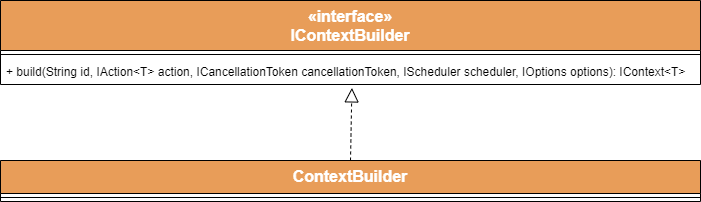
Before: docs/Builder.png, a diagram exported from draw.io (BrunoMNDantas/TPL4J). Source tidied: cells renumbered, new cells last; positions are measured from the earlier drawing's top-left corner, leaving out a move shared by most shapes.
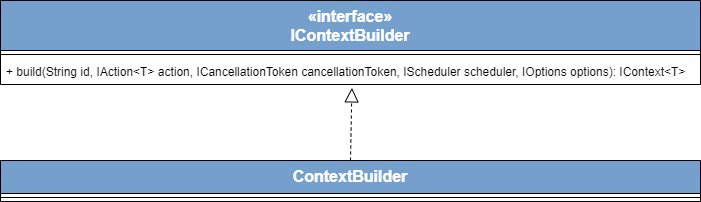
Above is the later version.

The edit, as a diff of the source:
```diff
@@ -5,7 +5,7 @@
     <mxCell id="2" style="endArrow=block;dashed=1;endFill=0;endSize=12;html=1;fontSize=16;fontColor=none;exitX=0.5;exitY=0;exitDx=0;exitDy=0;labelBackgroundColor=none;entryX=0.502;entryY=1.131;entryDx=0;entryDy=0;entryPerimeter=0;noLabel=1;" parent="1" edge="1" source="6" target="5">
       <mxGeometry relative="1" as="geometry" />
     </mxCell>
-    <mxCell id="3" value="«interface»&#10;IContextBuilder" style="swimlane;fontStyle=1;align=center;verticalAlign=top;horizontal=1;startSize=50;fillColor=#e89d59;gradientColor=none;fontSize=16;fontColor=#FFFFFF;" parent="1" vertex="1">
+    <mxCell id="3" value="«interface»&#10;IContextBuilder" style="swimlane;fontStyle=1;align=center;verticalAlign=top;horizontal=1;startSize=50;fillColor=#75A0CD;gradientColor=none;fontSize=16;fontColor=#FFFFFF;" parent="1" vertex="1">
       <mxGeometry width="700" height="84" as="geometry" />
     </mxCell>
     <mxCell id="4" style="line;strokeWidth=1;fillColor=none;align=left;verticalAlign=middle;spacingTop=-1;spacingLeft=3;spacingRight=3;labelPosition=right;" parent="3" vertex="1">
@@ -14,7 +14,7 @@
     <mxCell id="5" value="+ build(String id, IAction&lt;T&gt; action, ICancellationToken cancellationToken, IScheduler scheduler, IOptions options): IContext&lt;T&gt;" style="text;strokeColor=none;fillColor=none;align=left;verticalAlign=top;spacingLeft=4;spacingRight=4;overflow=hidden;points=[[0,0.5],[1,0.5]];portConstraint=eastwest;" parent="3" vertex="1">
       <mxGeometry y="58" width="700" height="26" as="geometry" />
     </mxCell>
-    <mxCell id="6" value="ContextBuilder" style="swimlane;fontStyle=1;align=center;verticalAlign=top;horizontal=1;startSize=33;fillColor=#e89d59;gradientColor=none;fontSize=16;fontColor=#FFFFFF;" parent="1" vertex="1">
+    <mxCell id="6" value="ContextBuilder" style="swimlane;fontStyle=1;align=center;verticalAlign=top;horizontal=1;startSize=33;fillColor=#75A0CD;gradientColor=none;fontSize=16;fontColor=#FFFFFF;" parent="1" vertex="1">
       <mxGeometry y="160" width="700" height="41" as="geometry" />
     </mxCell>
     <mxCell id="7" style="line;strokeWidth=1;fillColor=none;align=left;verticalAlign=middle;spacingTop=-1;spacingLeft=3;spacingRight=3;labelPosition=right;" parent="6" vertex="1">
```
